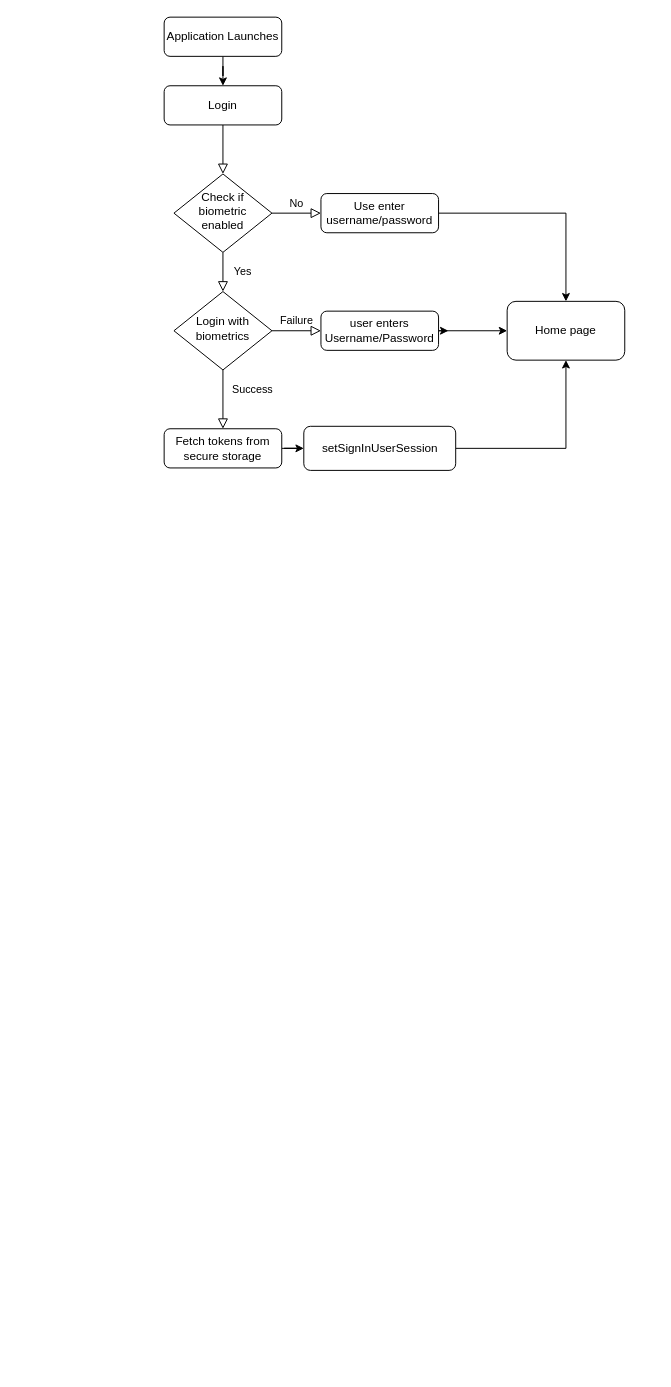
The draw.io diagram Untitled Diagram.drawio in gnanadeep/flow, before the edit. Source tidied: cells renumbered, new cells numbered last; positions are measured from the earlier drawing's top-left corner, leaving out a move shared by most shapes. Both pictures are drawn from the tidied source at 98%, with x=0, y=0 at pixel (164, 17).
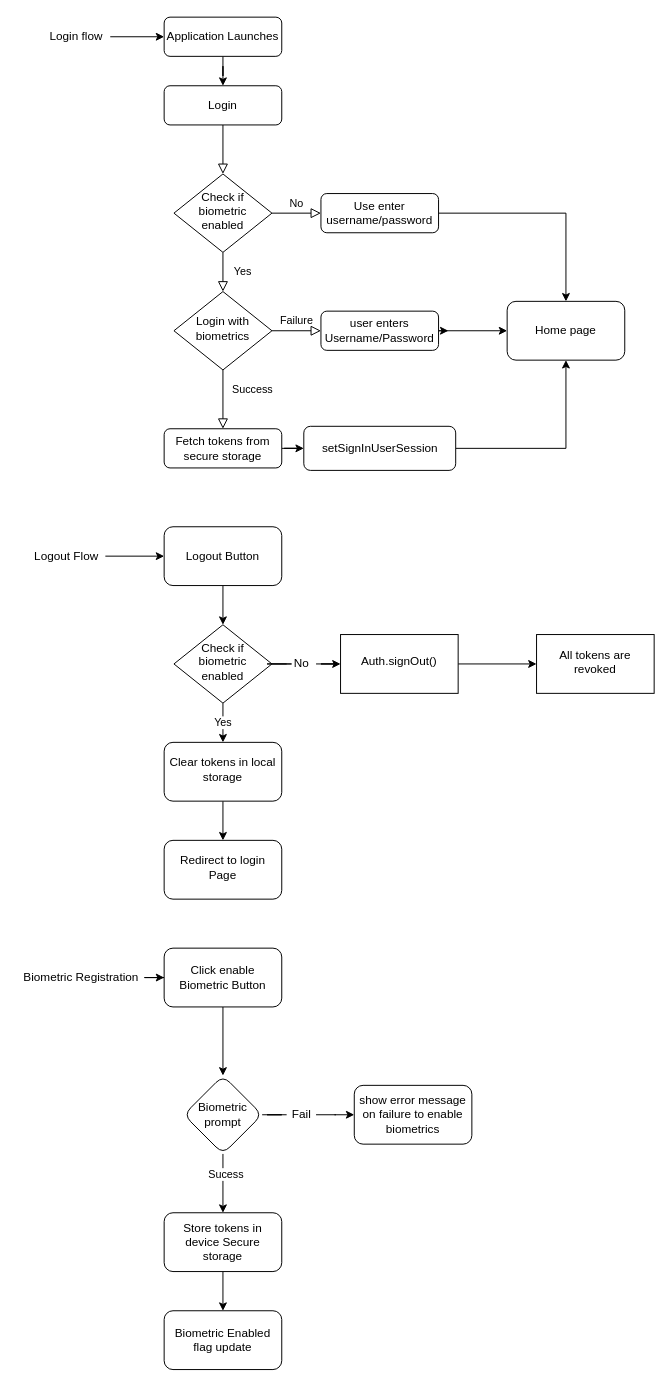
After the change.

The change refers to these unchanged cells:
```xml
<mxCell id="18" value="Application Launches" style="rounded=1;whiteSpace=wrap;html=1;fontSize=12;glass=0;strokeWidth=1;shadow=0;" parent="1" vertex="1">
  <mxGeometry width="120" height="40" as="geometry" />
</mxCell>
```

The edit, as a diff of the source:
```diff
@@
+    <mxCell id="22" style="edgeStyle=orthogonalEdgeStyle;rounded=0;jettySize=auto;html=1;" parent="1" edge="1" source="23" target="18">
+      <mxGeometry relative="1" as="geometry" />
+    </mxCell>
+    <mxCell id="23" value="Login flow" style="text;html=1;align=center;verticalAlign=middle;points=[];strokeColor=none;fillColor=none;" parent="1" vertex="1">
+      <mxGeometry x="-125" y="10" width="70" height="20" as="geometry" />
+    </mxCell>
+    <mxCell id="24" style="edgeStyle=orthogonalEdgeStyle;rounded=0;jettySize=auto;html=1;" parent="1" edge="1" source="25" target="27">
+      <mxGeometry relative="1" as="geometry" />
+    </mxCell>
+    <mxCell id="25" value="Logout Flow" style="text;html=1;align=center;verticalAlign=middle;points=[];strokeColor=none;fillColor=none;" parent="1" vertex="1">
+      <mxGeometry x="-140" y="540" width="80" height="20" as="geometry" />
+    </mxCell>
+    <mxCell id="26" style="edgeStyle=orthogonalEdgeStyle;rounded=0;jettySize=auto;html=1;" parent="1" edge="1" source="27" target="30">
+      <mxGeometry relative="1" as="geometry" />
+    </mxCell>
+    <mxCell id="27" value="Logout Button" style="rounded=1;whiteSpace=wrap;html=1;" parent="1" vertex="1">
+      <mxGeometry y="520" width="120" height="60" as="geometry" />
+    </mxCell>
+    <mxCell id="28" style="edgeStyle=orthogonalEdgeStyle;rounded=0;jettySize=auto;html=1;startArrow=none;" parent="1" edge="1" source="48" target="32">
+      <mxGeometry relative="1" as="geometry" />
+    </mxCell>
+    <mxCell id="29" value="Yes" style="edgeStyle=orthogonalEdgeStyle;rounded=0;jettySize=auto;html=1;" parent="1" edge="1" source="30" target="34">
+      <mxGeometry relative="1" as="geometry" />
+    </mxCell>
+    <mxCell id="30" value="Check if biometric enabled" style="rhombus;whiteSpace=wrap;html=1;shadow=0;fontFamily=Helvetica;fontSize=12;align=center;strokeWidth=1;spacing=6;spacingTop=-4;" parent="1" vertex="1">
+      <mxGeometry x="10" y="620" width="100" height="80" as="geometry" />
+    </mxCell>
+    <mxCell id="31" style="edgeStyle=orthogonalEdgeStyle;rounded=0;jettySize=auto;html=1;" parent="1" edge="1" source="32" target="36">
+      <mxGeometry relative="1" as="geometry" />
+    </mxCell>
+    <mxCell id="32" value="Auth.signOut()" style="whiteSpace=wrap;html=1;shadow=0;strokeWidth=1;spacing=6;spacingTop=-4;" parent="1" vertex="1">
+      <mxGeometry x="180" y="630" width="120" height="60" as="geometry" />
+    </mxCell>
+    <mxCell id="33" style="edgeStyle=orthogonalEdgeStyle;rounded=0;jettySize=auto;html=1;" parent="1" edge="1" source="34" target="35">
+      <mxGeometry relative="1" as="geometry" />
+    </mxCell>
+    <mxCell id="34" value="Clear tokens in local &lt;br&gt;storage" style="rounded=1;whiteSpace=wrap;html=1;shadow=0;strokeWidth=1;spacing=6;spacingTop=-4;" parent="1" vertex="1">
+      <mxGeometry y="740" width="120" height="60" as="geometry" />
+    </mxCell>
+    <mxCell id="35" value="Redirect to login Page" style="whiteSpace=wrap;html=1;rounded=1;shadow=0;strokeWidth=1;spacing=6;spacingTop=-4;" parent="1" vertex="1">
+      <mxGeometry y="840" width="120" height="60" as="geometry" />
+    </mxCell>
+    <mxCell id="36" value="All tokens are revoked" style="whiteSpace=wrap;html=1;shadow=0;strokeWidth=1;spacing=6;spacingTop=-4;" parent="1" vertex="1">
+      <mxGeometry x="380" y="630" width="120" height="60" as="geometry" />
+    </mxCell>
+    <mxCell id="37" style="edgeStyle=orthogonalEdgeStyle;rounded=0;jettySize=auto;html=1;" parent="1" edge="1" source="38" target="40">
+      <mxGeometry relative="1" as="geometry" />
+    </mxCell>
+    <mxCell id="38" value="Biometric Registration" style="text;html=1;align=center;verticalAlign=middle;points=[];strokeColor=none;fillColor=none;" parent="1" vertex="1">
+      <mxGeometry x="-150" y="970" width="130" height="20" as="geometry" />
+    </mxCell>
+    <mxCell id="39" style="edgeStyle=orthogonalEdgeStyle;rounded=0;jettySize=auto;html=1;" parent="1" edge="1" source="40" target="44">
+      <mxGeometry relative="1" as="geometry" />
+    </mxCell>
+    <mxCell id="40" value="Click enable Biometric Button" style="rounded=1;whiteSpace=wrap;html=1;" parent="1" vertex="1">
+      <mxGeometry y="950" width="120" height="60" as="geometry" />
+    </mxCell>
+    <mxCell id="41" style="edgeStyle=orthogonalEdgeStyle;rounded=0;jettySize=auto;html=1;startArrow=none;" parent="1" edge="1" source="46" target="45">
+      <mxGeometry relative="1" as="geometry" />
+    </mxCell>
+    <mxCell id="42" style="edgeStyle=orthogonalEdgeStyle;rounded=0;jettySize=auto;html=1;" parent="1" edge="1" source="44" target="51">
+      <mxGeometry relative="1" as="geometry" />
+    </mxCell>
+    <mxCell id="43" value="Sucess" style="edgeLabel;html=1;align=center;verticalAlign=middle;" parent="42" vertex="1">
+      <mxGeometry x="-0.35" y="2" relative="1" as="geometry" />
+    </mxCell>
+    <mxCell id="44" value="Biometric prompt" style="rhombus;whiteSpace=wrap;html=1;rounded=1;" parent="1" vertex="1">
+      <mxGeometry x="20" y="1080" width="80" height="80" as="geometry" />
+    </mxCell>
+    <mxCell id="45" value="show error message on failure to enable biometrics" style="whiteSpace=wrap;html=1;rounded=1;" parent="1" vertex="1">
+      <mxGeometry x="194" y="1090" width="120" height="60" as="geometry" />
+    </mxCell>
+    <mxCell id="46" value="Fail" style="text;html=1;align=center;verticalAlign=middle;points=[];strokeColor=none;fillColor=none;" parent="1" vertex="1">
+      <mxGeometry x="125" y="1110" width="30" height="20" as="geometry" />
+    </mxCell>
+    <mxCell id="47" style="edgeStyle=orthogonalEdgeStyle;rounded=0;jettySize=auto;html=1;endArrow=none;" parent="1" edge="1" source="44" target="46">
+      <mxGeometry relative="1" as="geometry" />
+    </mxCell>
+    <mxCell id="48" value="No" style="text;html=1;align=center;verticalAlign=middle;points=[];strokeColor=none;fillColor=none;" parent="1" vertex="1">
+      <mxGeometry x="125" y="650" width="30" height="20" as="geometry" />
+    </mxCell>
+    <mxCell id="49" style="edgeStyle=orthogonalEdgeStyle;rounded=0;jettySize=auto;html=1;endArrow=none;" parent="1" edge="1" source="30" target="48">
+      <mxGeometry relative="1" as="geometry" />
+    </mxCell>
+    <mxCell id="50" style="edgeStyle=orthogonalEdgeStyle;rounded=0;jettySize=auto;html=1;" parent="1" edge="1" source="51" target="52">
+      <mxGeometry relative="1" as="geometry" />
+    </mxCell>
+    <mxCell id="51" value="Store tokens in device Secure storage" style="whiteSpace=wrap;html=1;rounded=1;" parent="1" vertex="1">
+      <mxGeometry y="1220" width="120" height="60" as="geometry" />
+    </mxCell>
+    <mxCell id="52" value="Biometric Enabled flag update" style="whiteSpace=wrap;html=1;rounded=1;" parent="1" vertex="1">
+      <mxGeometry y="1320" width="120" height="60" as="geometry" />
+    </mxCell>
```
